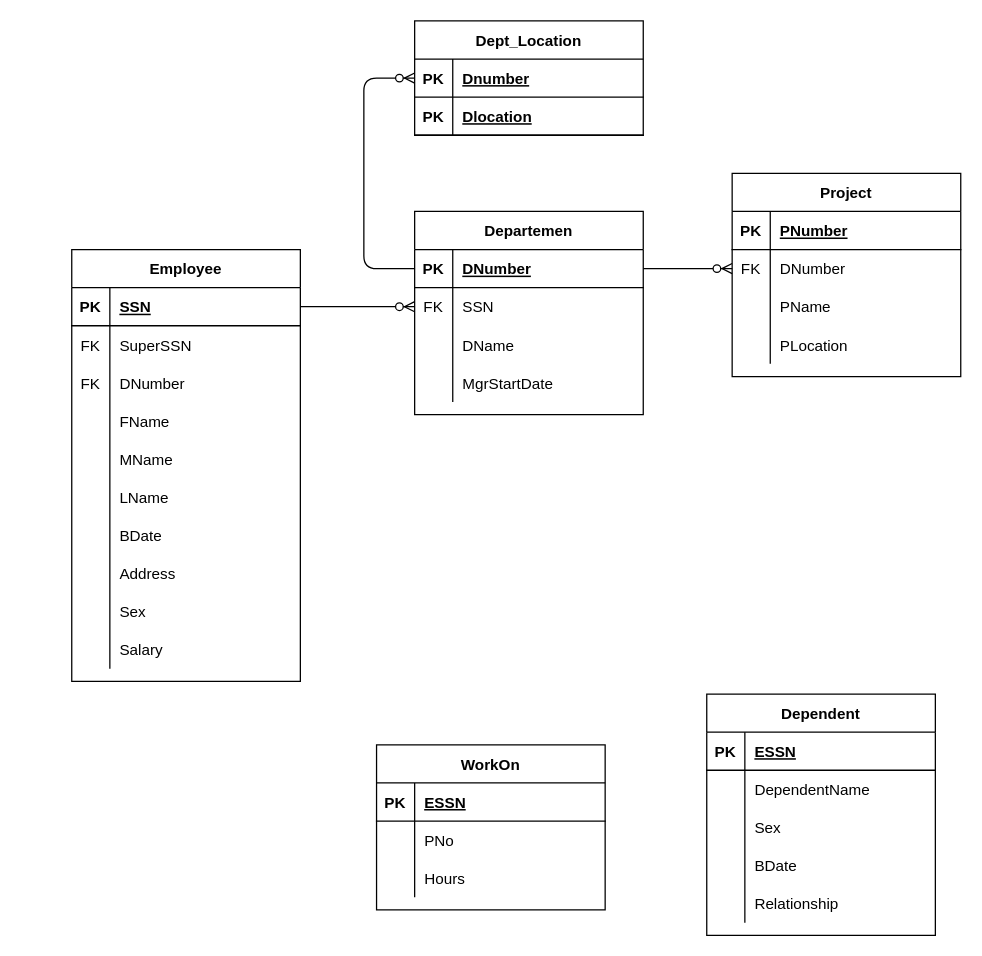
Earlier version of the draw.io diagram pembahasan-tugas/lkp-6/lkp5-erd.drawio (kusin/belajar-basis-data). Source tidied: cells renumbered, new cells numbered last; positions are measured from the earlier drawing's top-left corner, leaving out a move shared by most shapes. Both pictures are drawn from the tidied source at 127%, with x=0, y=0 at pixel (71, 20).
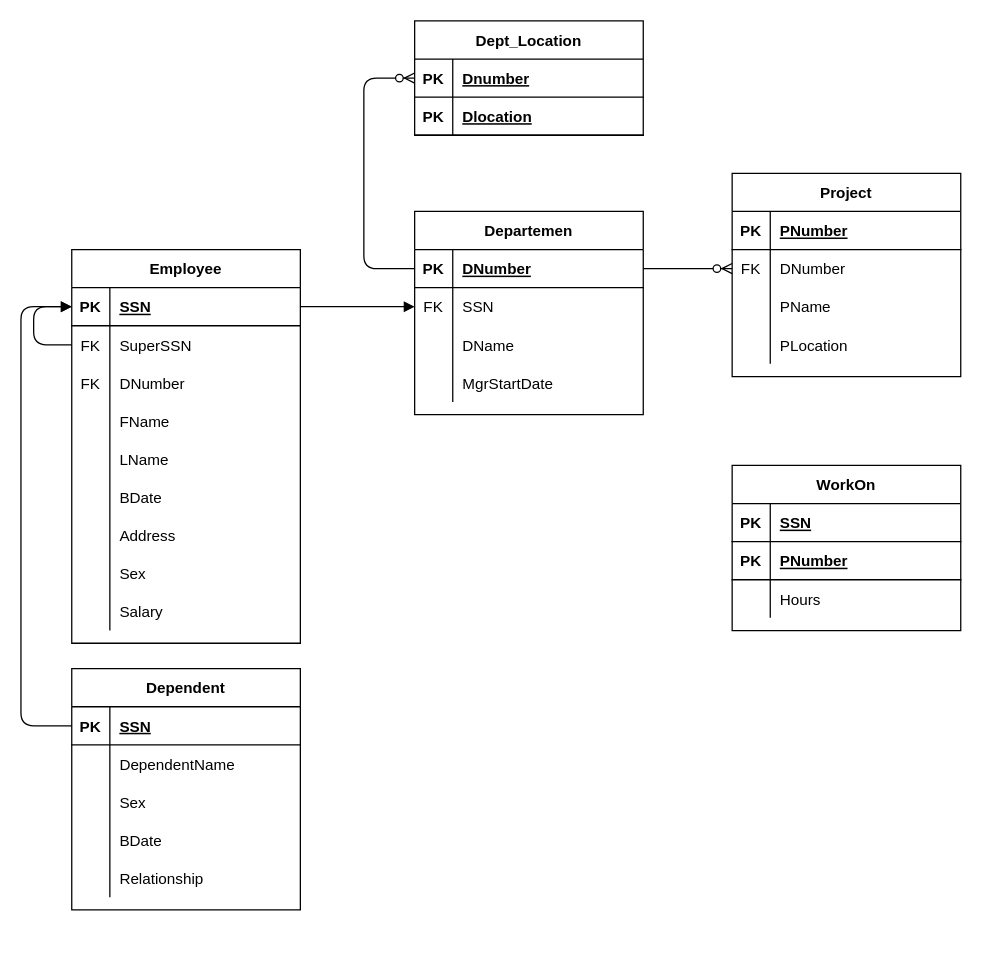
The same diagram, later.

The change refers to these unchanged cells:
```xml
<mxCell id="13" style="shape=partialRectangle;fillColor=none;top=0;left=0;bottom=0;right=0;points=[[0,0.5],[1,0.5]];portConstraint=eastwest;" parent="9" vertex="1">
  <mxGeometry y="60" width="180" height="30" as="geometry" />
</mxCell>
<mxCell id="23" style="shape=partialRectangle;fillColor=none;top=0;left=0;bottom=1;right=0;points=[[0,0.5],[1,0.5]];portConstraint=eastwest;" parent="22" vertex="1">
  <mxGeometry y="30" width="180" height="30" as="geometry" />
</mxCell>
<mxCell id="26" style="shape=partialRectangle;fillColor=none;top=0;left=0;bottom=0;right=0;points=[[0,0.5],[1,0.5]];portConstraint=eastwest;" parent="22" vertex="1">
  <mxGeometry y="60" width="180" height="30" as="geometry" />
</mxCell>
<mxCell id="67" style="shape=partialRectangle;fillColor=none;top=0;left=0;bottom=1;right=0;" parent="66" vertex="1">
  <mxGeometry y="30" width="180" height="30" as="geometry" />
</mxCell>
<mxCell id="77" style="shape=partialRectangle;fillColor=none;top=0;left=0;bottom=1;right=0;points=[[0,0.5],[1,0.5]];portConstraint=eastwest;" parent="76" vertex="1">
  <mxGeometry y="30" width="180" height="30" as="geometry" />
</mxCell>
```

The edit, as a diff of the source:
```diff
@@
     <mxCell id="22" value="Employee" style="shape=table;startSize=30;childLayout=tableLayout;rowLines=0;fontStyle=1;align=center;" parent="1" vertex="1">
-      <mxGeometry y="180" width="180" height="340" as="geometry" />
+      <mxGeometry y="180" width="180" height="310" as="geometry" />
     </mxCell>
@@
-    <mxCell id="35" style="shape=partialRectangle;fillColor=none;top=0;left=0;bottom=0;right=0;" parent="22" vertex="1">
-      <mxGeometry y="150" width="180" height="30" as="geometry" />
-    </mxCell>
-    <mxCell id="36" style="shape=partialRectangle;fillColor=none;top=0;left=0;bottom=0;right=0;overflow=hidden;" parent="35" vertex="1">
-      <mxGeometry width="30" height="30" as="geometry" />
-    </mxCell>
-    <mxCell id="37" value="MName" style="shape=partialRectangle;fillColor=none;top=0;left=0;bottom=0;right=0;align=left;spacingLeft=6;overflow=hidden;" parent="35" vertex="1">
-      <mxGeometry x="30" width="150" height="30" as="geometry" />
-    </mxCell>
     <mxCell id="38" style="shape=partialRectangle;fillColor=none;top=0;left=0;bottom=0;right=0;" parent="22" vertex="1">
-      <mxGeometry y="180" width="180" height="30" as="geometry" />
+      <mxGeometry y="150" width="180" height="30" as="geometry" />
     </mxCell>
@@
     <mxCell id="41" style="shape=partialRectangle;fillColor=none;top=0;left=0;bottom=0;right=0;" parent="22" vertex="1">
-      <mxGeometry y="210" width="180" height="30" as="geometry" />
+      <mxGeometry y="180" width="180" height="30" as="geometry" />
     </mxCell>
@@
     <mxCell id="44" style="shape=partialRectangle;fillColor=none;top=0;left=0;bottom=0;right=0;" parent="22" vertex="1">
-      <mxGeometry y="240" width="180" height="30" as="geometry" />
+      <mxGeometry y="210" width="180" height="30" as="geometry" />
     </mxCell>
@@
     <mxCell id="47" style="shape=partialRectangle;fillColor=none;top=0;left=0;bottom=0;right=0;" parent="22" vertex="1">
-      <mxGeometry y="270" width="180" height="30" as="geometry" />
+      <mxGeometry y="240" width="180" height="30" as="geometry" />
     </mxCell>
@@
     <mxCell id="50" style="shape=partialRectangle;fillColor=none;top=0;left=0;bottom=0;right=0;" parent="22" vertex="1">
-      <mxGeometry y="300" width="180" height="30" as="geometry" />
+      <mxGeometry y="270" width="180" height="30" as="geometry" />
     </mxCell>
@@
+    <mxCell id="95" style="edgeStyle=orthogonalEdgeStyle;fontSize=12;html=1;endArrow=block;endFill=1;entryX=0;entryY=0.5;entryDx=0;entryDy=0;exitX=0;exitY=0.5;exitDx=0;exitDy=0;" parent="22" edge="1" source="26" target="23">
+      <mxGeometry relative="1" as="geometry">
+        <Array as="points">
+          <mxPoint x="-30" y="75" />
+          <mxPoint x="-30" y="45" />
+        </Array>
+      </mxGeometry>
+    </mxCell>
@@
     <mxCell id="66" value="WorkOn" style="shape=table;startSize=30;childLayout=tableLayout;rowLines=0;fontStyle=1;align=center;" parent="1" vertex="1">
-      <mxGeometry x="240" y="570" width="180" height="130" as="geometry" />
+      <mxGeometry x="520" y="350" width="180" height="130" as="geometry" />
     </mxCell>
@@
-    <mxCell id="69" value="ESSN" style="shape=partialRectangle;fillColor=none;top=0;left=0;bottom=0;right=0;align=left;spacingLeft=6;fontStyle=5;overflow=hidden;" parent="67" vertex="1">
+    <mxCell id="69" value="SSN" style="shape=partialRectangle;fillColor=none;top=0;left=0;bottom=0;right=0;align=left;spacingLeft=6;fontStyle=5;overflow=hidden;" parent="67" vertex="1">
       <mxGeometry x="30" width="150" height="30" as="geometry" />
     </mxCell>
-    <mxCell id="70" style="shape=partialRectangle;fillColor=none;top=0;left=0;bottom=0;right=0;" parent="66" vertex="1">
-      <mxGeometry y="60" width="180" height="30" as="geometry" />
-    </mxCell>
-    <mxCell id="71" style="shape=partialRectangle;fillColor=none;top=0;left=0;bottom=0;right=0;overflow=hidden;" parent="70" vertex="1">
-      <mxGeometry width="30" height="30" as="geometry" />
-    </mxCell>
-    <mxCell id="72" value="PNo" style="shape=partialRectangle;fillColor=none;top=0;left=0;bottom=0;right=0;align=left;spacingLeft=6;overflow=hidden;" parent="70" vertex="1">
-      <mxGeometry x="30" width="150" height="30" as="geometry" />
-    </mxCell>
+    <mxCell id="96" style="shape=partialRectangle;fillColor=none;top=0;left=0;bottom=1;right=0;" parent="66" vertex="1">
+      <mxGeometry y="60" width="180" height="30" as="geometry" />
+    </mxCell>
+    <mxCell id="97" value="PK" style="shape=partialRectangle;fillColor=none;top=0;left=0;bottom=0;right=0;fontStyle=1;overflow=hidden;" parent="96" vertex="1">
+      <mxGeometry width="30" height="30" as="geometry" />
+    </mxCell>
+    <mxCell id="98" value="PNumber" style="shape=partialRectangle;fillColor=none;top=0;left=0;bottom=0;right=0;align=left;spacingLeft=6;fontStyle=5;overflow=hidden;" parent="96" vertex="1">
+      <mxGeometry x="30" width="150" height="30" as="geometry" />
+    </mxCell>
@@
     <mxCell id="76" value="Dependent" style="shape=table;startSize=30;childLayout=tableLayout;rowLines=0;fontStyle=1;align=center;" parent="1" vertex="1">
-      <mxGeometry x="500" y="530" width="180" height="190" as="geometry" />
+      <mxGeometry y="510" width="180" height="190" as="geometry" />
     </mxCell>
@@
-    <mxCell id="79" value="ESSN" style="shape=partialRectangle;fillColor=none;top=0;left=0;bottom=0;right=0;align=left;spacingLeft=6;fontStyle=5;overflow=hidden;" parent="77" vertex="1">
+    <mxCell id="79" value="SSN" style="shape=partialRectangle;fillColor=none;top=0;left=0;bottom=0;right=0;align=left;spacingLeft=6;fontStyle=5;overflow=hidden;" parent="77" vertex="1">
       <mxGeometry x="30" width="150" height="30" as="geometry" />
     </mxCell>
@@
-    <mxCell id="93" style="edgeStyle=entityRelationEdgeStyle;fontSize=12;html=1;endArrow=ERzeroToMany;endFill=1;exitX=1;exitY=0.5;exitDx=0;exitDy=0;entryX=0;entryY=0.5;entryDx=0;entryDy=0;" parent="1" edge="1" source="23" target="13">
+    <mxCell id="93" style="edgeStyle=entityRelationEdgeStyle;fontSize=12;html=1;endArrow=block;endFill=1;exitX=1;exitY=0.5;exitDx=0;exitDy=0;entryX=0;entryY=0.5;entryDx=0;entryDy=0;" parent="1" edge="1" source="23" target="13">
       <mxGeometry relative="1" as="geometry" />
     </mxCell>
@@
+    <mxCell id="99" style="edgeStyle=orthogonalEdgeStyle;fontSize=12;html=1;endArrow=block;endFill=1;entryX=0;entryY=0.5;entryDx=0;entryDy=0;exitX=0;exitY=0.5;exitDx=0;exitDy=0;" parent="1" edge="1" source="77" target="23">
+      <mxGeometry relative="1" as="geometry">
+        <Array as="points">
+          <mxPoint x="-40" y="555" />
+          <mxPoint x="-40" y="225" />
+        </Array>
+      </mxGeometry>
+    </mxCell>
```
